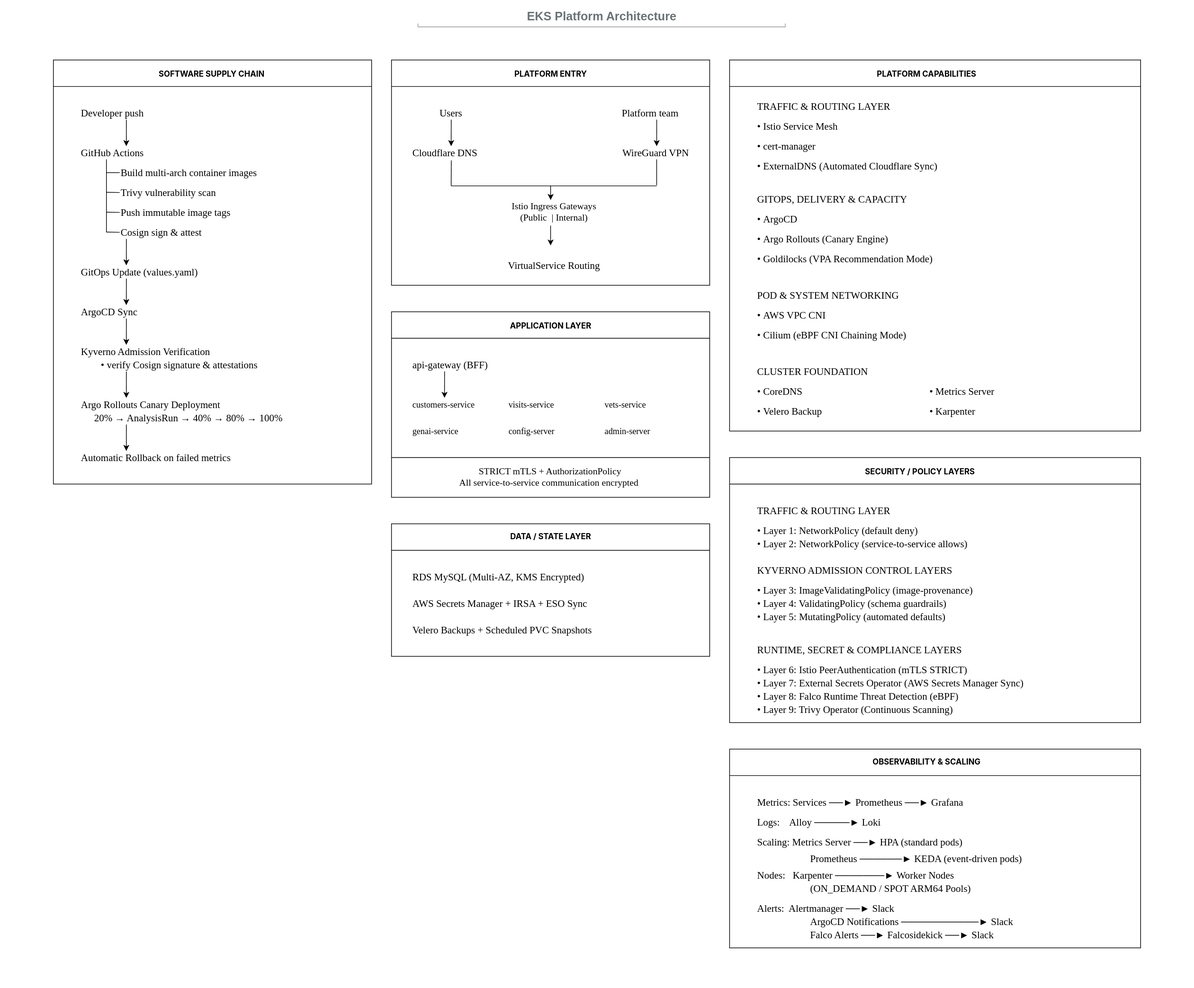
Before: docs/diagrams/eks-platform-architecture.drawio.svg, a diagram exported from draw.io (silasfrancis/eks-platform-petclinic). Source tidied: cells renumbered, new cells last; positions are measured from the earlier drawing's top-left corner, leaving out a move shared by most shapes.
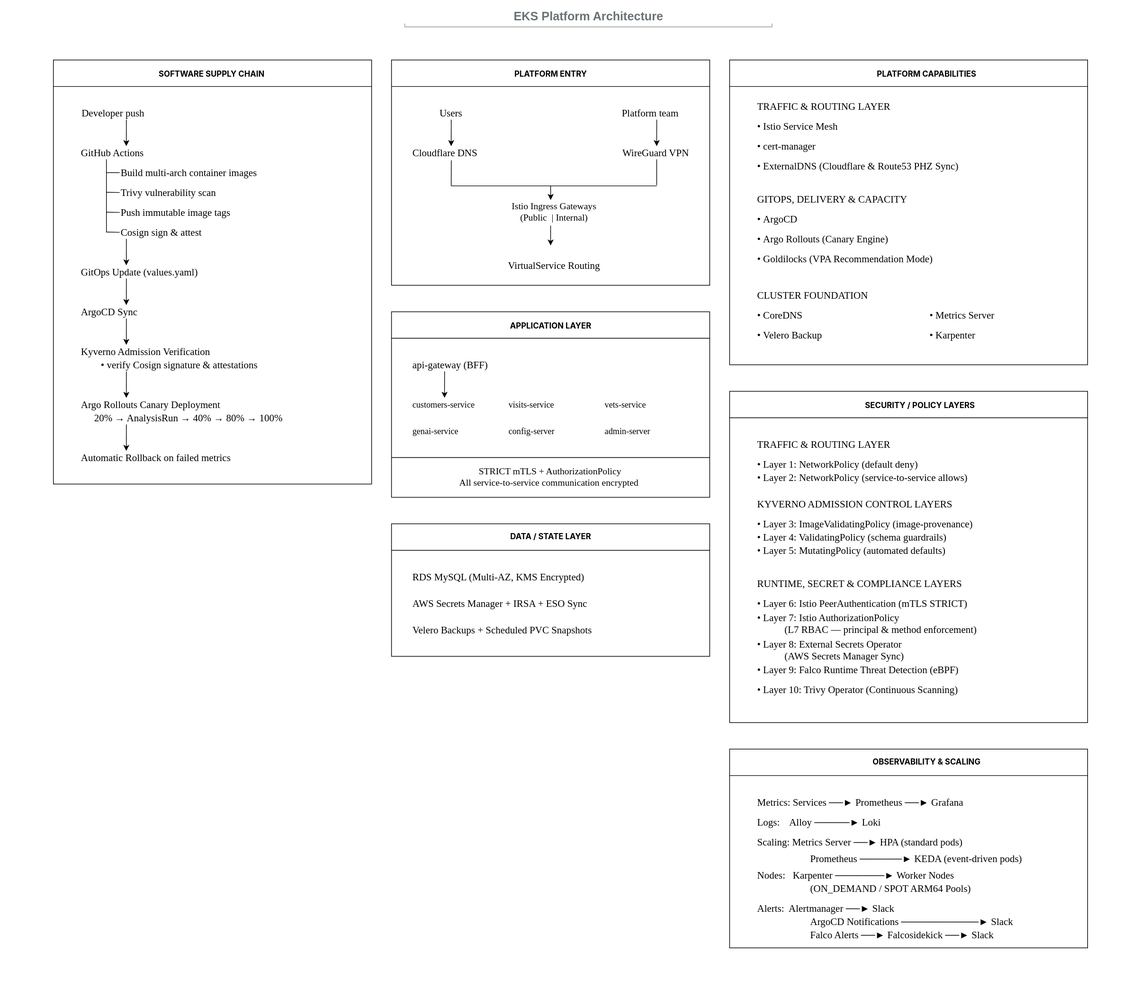
After the change.

The edit, as a diff of the source:
```diff
@@ -51,36 +51,36 @@
       </mxGeometry>
     </mxCell>
     <mxCell id="14" style="rounded=0;whiteSpace=wrap;html=1;fillColor=none;" parent="1" vertex="1">
-      <mxGeometry x="1100" y="680" width="620" height="400" as="geometry" />
+      <mxGeometry x="1100" y="580" width="540" height="500" as="geometry" />
     </mxCell>
     <mxCell id="15" style="rounded=0;whiteSpace=wrap;html=1;fillColor=none;" parent="1" vertex="1">
-      <mxGeometry x="1100" y="80" width="620" height="560" as="geometry" />
+      <mxGeometry x="1100" y="80" width="540" height="460" as="geometry" />
     </mxCell>
     <mxCell id="16" value="PLATFORM CAPABILITIES" style="strokeWidth=1;html=1;shadow=0;dashed=0;shape=mxgraph.android.textfield;align=center;strokeColor=none;fontSize=12;fontFamily=Inter;fontSource=https://fonts.googleapis.com/css?family=Inter;fontStyle=1;" parent="1" vertex="1">
       <mxGeometry x="1310" y="91" width="174" height="22" as="geometry" />
     </mxCell>
     <mxCell id="17" value="SECURITY / POLICY LAYERS" style="strokeWidth=1;html=1;shadow=0;dashed=0;shape=mxgraph.android.textfield;align=center;strokeColor=none;fontSize=12;fontFamily=Inter;fontSource=https://fonts.googleapis.com/css?family=Inter;fontStyle=1;" parent="1" vertex="1">
-      <mxGeometry x="1300" y="691" width="174" height="22" as="geometry" />
+      <mxGeometry x="1300" y="591" width="174" height="22" as="geometry" />
     </mxCell>
     <mxCell id="18" style="rounded=0;whiteSpace=wrap;html=1;fillColor=none;" parent="1" vertex="1">
-      <mxGeometry x="1100" y="1120" width="620" height="300" as="geometry" />
+      <mxGeometry x="1100" y="1120" width="540" height="300" as="geometry" />
     </mxCell>
     <mxCell id="19" value="OBSERVABILITY &amp;amp; SCALING" style="strokeWidth=1;html=1;shadow=0;dashed=0;shape=mxgraph.android.textfield;align=center;strokeColor=none;fontSize=12;fontFamily=Inter;fontSource=https://fonts.googleapis.com/css?family=Inter;fontStyle=1;" parent="1" vertex="1">
       <mxGeometry x="1310" y="1129" width="174" height="22" as="geometry" />
     </mxCell>
     <mxCell id="20" style="endArrow=none;html=1;rounded=0;" parent="1" edge="1">
       <mxGeometry relative="1" as="geometry">
-        <mxPoint x="1100" y="720" as="sourcePoint" />
-        <mxPoint x="1720" y="720" as="targetPoint" />
+        <mxPoint x="1100" y="620" as="sourcePoint" />
+        <mxPoint x="1640" y="620" as="targetPoint" />
       </mxGeometry>
     </mxCell>
+    <mxCell id="116" value="• Layer 10: Trivy Operator (Continuous Scanning)" style="text;html=1;whiteSpace=wrap;strokeColor=none;fillColor=none;align=left;verticalAlign=middle;rounded=0;fontSize=15;fontFamily=JetBrains Mono;fontSource=https://fonts.googleapis.com/css?family=JetBrains+Mono;" parent="1" vertex="1">
+      <mxGeometry x="1140" y="1020" width="470" height="20" as="geometry" />
+    </mxCell>
     <mxCell id="21" value="supply chain" parent="0" />
     <mxCell id="22" value="Automatic Rollback on failed metrics&amp;nbsp;" style="text;html=1;strokeColor=none;fillColor=none;align=left;verticalAlign=middle;rounded=0;fontSize=15;fontFamily=JetBrains Mono;fontSource=https%3A%2F%2Ffonts.googleapis.com%2Fcss%3Ffamily%3DJetBrains%2BMono;" parent="21" vertex="1">
       <mxGeometry x="120" y="670" width="330" height="20" as="geometry" />
     </mxCell>
-    <mxCell id="23" value="Developer push&amp;nbsp;" style="text;html=1;whiteSpace=wrap;strokeColor=none;fillColor=none;align=left;verticalAlign=middle;rounded=0;fontSize=15;fontFamily=JetBrains Mono;fontSource=https%3A%2F%2Ffonts.googleapis.com%2Fcss%3Ffamily%3DJetBrains%2BMono;" parent="21" vertex="1">
-      <mxGeometry x="120" y="150" width="160" height="20" as="geometry" />
-    </mxCell>
     <mxCell id="24" value="GitHub Actions" style="text;html=1;whiteSpace=wrap;strokeColor=none;fillColor=none;align=left;verticalAlign=middle;rounded=0;fontSize=15;fontFamily=JetBrains Mono;fontSource=https%3A%2F%2Ffonts.googleapis.com%2Fcss%3Ffamily%3DJetBrains%2BMono;" parent="21" vertex="1">
       <mxGeometry x="120" y="210" width="160" height="20" as="geometry" />
     </mxCell>
@@ -182,6 +182,9 @@
         <mxPoint x="190" y="670" as="targetPoint" />
       </mxGeometry>
     </mxCell>
+    <mxCell id="23" value="Developer push&amp;nbsp;" style="text;html=1;whiteSpace=wrap;strokeColor=none;fillColor=none;align=left;verticalAlign=middle;rounded=0;fontSize=15;fontFamily=JetBrains Mono;fontSource=https%3A%2F%2Ffonts.googleapis.com%2Fcss%3Ffamily%3DJetBrains%2BMono;" parent="21" vertex="1">
+      <mxGeometry x="121" y="150" width="160" height="20" as="geometry" />
+    </mxCell>
     <mxCell id="46" value="platform entry" parent="0" />
     <mxCell id="47" value="VirtualService Routing" style="text;html=1;strokeColor=none;fillColor=none;align=center;verticalAlign=middle;rounded=0;fontSize=15;fontFamily=JetBrains Mono;fontSource=https://fonts.googleapis.com/css?family=JetBrains+Mono;" parent="46" vertex="1">
       <mxGeometry x="730" y="370" width="210" height="40" as="geometry" />
@@ -303,23 +306,23 @@
     <mxCell id="78" value="•&amp;nbsp;Argo Rollouts (Canary Engine)" style="text;html=1;whiteSpace=wrap;strokeColor=none;fillColor=none;align=left;verticalAlign=middle;rounded=0;fontSize=15;fontFamily=JetBrains Mono;fontSource=https://fonts.googleapis.com/css?family=JetBrains+Mono;" parent="73" vertex="1">
       <mxGeometry x="1140" y="340" width="290" height="20" as="geometry" />
     </mxCell>
-    <mxCell id="79" value="•&amp;nbsp;ExternalDNS (Automated Cloudflare Sync)" style="text;html=1;whiteSpace=wrap;strokeColor=none;fillColor=none;align=left;verticalAlign=middle;rounded=0;fontSize=15;fontFamily=JetBrains Mono;fontSource=https://fonts.googleapis.com/css?family=JetBrains+Mono;" parent="73" vertex="1">
-      <mxGeometry x="1140" y="230" width="380" height="20" as="geometry" />
+    <mxCell id="79" value="•&amp;nbsp;ExternalDNS (Cloudflare &amp;amp; Route53 PHZ Sync)" style="text;html=1;whiteSpace=wrap;strokeColor=none;fillColor=none;align=left;verticalAlign=middle;rounded=0;fontSize=15;fontFamily=JetBrains Mono;fontSource=https://fonts.googleapis.com/css?family=JetBrains+Mono;" parent="73" vertex="1">
+      <mxGeometry x="1140" y="230" width="440" height="20" as="geometry" />
     </mxCell>
     <mxCell id="80" value="CLUSTER FOUNDATION" style="text;html=1;whiteSpace=wrap;strokeColor=none;fillColor=none;align=left;verticalAlign=middle;rounded=0;fontSize=15;fontFamily=JetBrains Mono;fontSource=https://fonts.googleapis.com/css?family=JetBrains+Mono;" parent="73" vertex="1">
-      <mxGeometry x="1140" y="540" width="190" height="20" as="geometry" />
+      <mxGeometry x="1140" y="425" width="190" height="20" as="geometry" />
     </mxCell>
     <mxCell id="81" value="•&amp;nbsp;CoreDNS" style="text;html=1;whiteSpace=wrap;strokeColor=none;fillColor=none;align=left;verticalAlign=middle;rounded=0;fontSize=15;fontFamily=JetBrains Mono;fontSource=https://fonts.googleapis.com/css?family=JetBrains+Mono;" parent="73" vertex="1">
-      <mxGeometry x="1140" y="570" width="110" height="20" as="geometry" />
+      <mxGeometry x="1140" y="455" width="110" height="20" as="geometry" />
     </mxCell>
     <mxCell id="82" value="•&amp;nbsp;Velero Backup" style="text;html=1;whiteSpace=wrap;strokeColor=none;fillColor=none;align=left;verticalAlign=middle;rounded=0;fontSize=15;fontFamily=JetBrains Mono;fontSource=https://fonts.googleapis.com/css?family=JetBrains+Mono;" parent="73" vertex="1">
-      <mxGeometry x="1140" y="600" width="180" height="20" as="geometry" />
+      <mxGeometry x="1140" y="485" width="180" height="20" as="geometry" />
     </mxCell>
     <mxCell id="83" value="•&amp;nbsp;Metrics Server" style="text;html=1;whiteSpace=wrap;strokeColor=none;fillColor=none;align=left;verticalAlign=middle;rounded=0;fontSize=15;fontFamily=JetBrains Mono;fontSource=https://fonts.googleapis.com/css?family=JetBrains+Mono;" parent="73" vertex="1">
-      <mxGeometry x="1400" y="570" width="170" height="20" as="geometry" />
+      <mxGeometry x="1400" y="455" width="170" height="20" as="geometry" />
     </mxCell>
     <mxCell id="84" value="•&amp;nbsp;Karpenter" style="text;html=1;whiteSpace=wrap;strokeColor=none;fillColor=none;align=left;verticalAlign=middle;rounded=0;fontSize=15;fontFamily=JetBrains Mono;fontSource=https://fonts.googleapis.com/css?family=JetBrains+Mono;" parent="73" vertex="1">
-      <mxGeometry x="1400" y="600" width="160" height="20" as="geometry" />
+      <mxGeometry x="1400" y="485" width="160" height="20" as="geometry" />
     </mxCell>
     <mxCell id="85" value="• cert-manager&amp;nbsp;" style="text;html=1;whiteSpace=wrap;strokeColor=none;fillColor=none;align=left;verticalAlign=middle;rounded=0;fontSize=15;fontFamily=JetBrains Mono;fontSource=https://fonts.googleapis.com/css?family=JetBrains+Mono;" parent="73" vertex="1">
       <mxGeometry x="1140" y="200" width="220" height="20" as="geometry" />
@@ -327,61 +330,49 @@
     <mxCell id="86" value="•&amp;nbsp;Goldilocks (VPA Recommendation Mode)" style="text;html=1;whiteSpace=wrap;strokeColor=none;fillColor=none;align=left;verticalAlign=middle;rounded=0;fontSize=15;fontFamily=JetBrains Mono;fontSource=https://fonts.googleapis.com/css?family=JetBrains+Mono;" parent="73" vertex="1">
       <mxGeometry x="1140" y="370" width="370" height="20" as="geometry" />
     </mxCell>
-    <mxCell id="87" value="POD &amp;amp; SYSTEM NETWORKING" style="text;html=1;whiteSpace=wrap;strokeColor=none;fillColor=none;align=left;verticalAlign=middle;rounded=0;fontSize=15;fontFamily=JetBrains Mono;fontSource=https://fonts.googleapis.com/css?family=JetBrains+Mono;" parent="73" vertex="1">
-      <mxGeometry x="1140" y="425" width="310" height="20" as="geometry" />
-    </mxCell>
-    <mxCell id="88" value="•&amp;nbsp;AWS VPC CNI" style="text;html=1;whiteSpace=wrap;strokeColor=none;fillColor=none;align=left;verticalAlign=middle;rounded=0;fontSize=15;fontFamily=JetBrains Mono;fontSource=https://fonts.googleapis.com/css?family=JetBrains+Mono;" parent="73" vertex="1">
-      <mxGeometry x="1140" y="455" width="150" height="20" as="geometry" />
-    </mxCell>
-    <mxCell id="89" value="•&amp;nbsp;Cilium (eBPF CNI Chaining Mode)" style="text;html=1;whiteSpace=wrap;strokeColor=none;fillColor=none;align=left;verticalAlign=middle;rounded=0;fontSize=15;fontFamily=JetBrains Mono;fontSource=https://fonts.googleapis.com/css?family=JetBrains+Mono;" parent="73" vertex="1">
-      <mxGeometry x="1140" y="485" width="320" height="20" as="geometry" />
-    </mxCell>
     <mxCell id="90" value="• Layer 1: NetworkPolicy (default deny)" style="text;html=1;whiteSpace=wrap;strokeColor=none;fillColor=none;align=left;verticalAlign=middle;rounded=0;fontSize=15;fontFamily=JetBrains Mono;fontSource=https://fonts.googleapis.com/css?family=JetBrains+Mono;" parent="73" vertex="1">
-      <mxGeometry x="1140" y="780" width="430" height="20" as="geometry" />
+      <mxGeometry x="1140" y="680" width="430" height="20" as="geometry" />
     </mxCell>
     <mxCell id="91" value="TRAFFIC &amp;amp; ROUTING LAYER" style="text;html=1;whiteSpace=wrap;strokeColor=none;fillColor=none;align=left;verticalAlign=middle;rounded=0;fontSize=15;fontFamily=JetBrains Mono;fontSource=https://fonts.googleapis.com/css?family=JetBrains+Mono;" parent="73" vertex="1">
-      <mxGeometry x="1140" y="750" width="230" height="20" as="geometry" />
+      <mxGeometry x="1140" y="650" width="230" height="20" as="geometry" />
     </mxCell>
     <mxCell id="92" value="• Layer 2: NetworkPolicy (service-to-service allows)" style="text;html=1;whiteSpace=wrap;strokeColor=none;fillColor=none;align=left;verticalAlign=middle;rounded=0;fontSize=15;fontFamily=JetBrains Mono;fontSource=https://fonts.googleapis.com/css?family=JetBrains+Mono;" parent="73" vertex="1">
-      <mxGeometry x="1140" y="800" width="470" height="20" as="geometry" />
+      <mxGeometry x="1140" y="700" width="470" height="20" as="geometry" />
     </mxCell>
     <mxCell id="93" value="• Layer 3: ImageValidatingPolicy (image-provenance)" style="text;html=1;whiteSpace=wrap;strokeColor=none;fillColor=none;align=left;verticalAlign=middle;rounded=0;fontSize=15;fontFamily=JetBrains Mono;fontSource=https://fonts.googleapis.com/css?family=JetBrains+Mono;" parent="73" vertex="1">
-      <mxGeometry x="1140" y="870" width="480" height="20" as="geometry" />
+      <mxGeometry x="1140" y="770" width="480" height="20" as="geometry" />
     </mxCell>
     <mxCell id="94" value="KYVERNO ADMISSION CONTROL LAYERS" style="text;html=1;whiteSpace=wrap;strokeColor=none;fillColor=none;align=left;verticalAlign=middle;rounded=0;fontSize=15;fontFamily=JetBrains Mono;fontSource=https://fonts.googleapis.com/css?family=JetBrains+Mono;" parent="73" vertex="1">
-      <mxGeometry x="1140" y="840" width="320" height="20" as="geometry" />
+      <mxGeometry x="1140" y="740" width="320" height="20" as="geometry" />
     </mxCell>
     <mxCell id="95" value="• Layer 4: ValidatingPolicy (schema guardrails)" style="text;html=1;whiteSpace=wrap;strokeColor=none;fillColor=none;align=left;verticalAlign=middle;rounded=0;fontSize=15;fontFamily=JetBrains Mono;fontSource=https://fonts.googleapis.com/css?family=JetBrains+Mono;" parent="73" vertex="1">
-      <mxGeometry x="1140" y="890" width="470" height="20" as="geometry" />
+      <mxGeometry x="1140" y="790" width="470" height="20" as="geometry" />
     </mxCell>
     <mxCell id="96" value="• Layer 5: MutatingPolicy (automated defaults)" style="text;html=1;whiteSpace=wrap;strokeColor=none;fillColor=none;align=left;verticalAlign=middle;rounded=0;fontSize=15;fontFamily=JetBrains Mono;fontSource=https://fonts.googleapis.com/css?family=JetBrains+Mono;" parent="73" vertex="1">
-      <mxGeometry x="1140" y="910" width="470" height="20" as="geometry" />
+      <mxGeometry x="1140" y="810" width="470" height="20" as="geometry" />
     </mxCell>
     <mxCell id="97" value="• Layer 6: Istio PeerAuthentication (mTLS STRICT)" style="text;html=1;whiteSpace=wrap;strokeColor=none;fillColor=none;align=left;verticalAlign=middle;rounded=0;fontSize=15;fontFamily=JetBrains Mono;fontSource=https://fonts.googleapis.com/css?family=JetBrains+Mono;" parent="73" vertex="1">
-      <mxGeometry x="1140" y="990" width="480" height="20" as="geometry" />
+      <mxGeometry x="1140" y="890" width="480" height="20" as="geometry" />
     </mxCell>
     <mxCell id="98" value="RUNTIME, SECRET &amp;amp; COMPLIANCE LAYERS" style="text;html=1;whiteSpace=wrap;strokeColor=none;fillColor=none;align=left;verticalAlign=middle;rounded=0;fontSize=15;fontFamily=JetBrains Mono;fontSource=https://fonts.googleapis.com/css?family=JetBrains+Mono;" parent="73" vertex="1">
-      <mxGeometry x="1140" y="960" width="320" height="20" as="geometry" />
+      <mxGeometry x="1140" y="860" width="320" height="20" as="geometry" />
     </mxCell>
-    <mxCell id="99" value="• Layer 7: External Secrets Operator (AWS Secrets Manager Sync)" style="text;html=1;whiteSpace=wrap;strokeColor=none;fillColor=none;align=left;verticalAlign=middle;rounded=0;fontSize=15;fontFamily=JetBrains Mono;fontSource=https://fonts.googleapis.com/css?family=JetBrains+Mono;" parent="73" vertex="1">
-      <mxGeometry x="1140" y="1010" width="570" height="20" as="geometry" />
-    </mxCell>
-    <mxCell id="100" value="• Layer 8: Falco Runtime Threat Detection (eBPF)" style="text;html=1;whiteSpace=wrap;strokeColor=none;fillColor=none;align=left;verticalAlign=middle;rounded=0;fontSize=15;fontFamily=JetBrains Mono;fontSource=https://fonts.googleapis.com/css?family=JetBrains+Mono;" parent="73" vertex="1">
-      <mxGeometry x="1140" y="1030" width="470" height="20" as="geometry" />
+    <mxCell id="100" value="• Layer 8: External Secrets Operator&amp;nbsp;&lt;div&gt;&amp;nbsp; &amp;nbsp; &amp;nbsp; &amp;nbsp; &amp;nbsp; &amp;nbsp;(AWS Secrets Manager Sync)&lt;/div&gt;" style="text;html=1;whiteSpace=wrap;strokeColor=none;fillColor=none;align=left;verticalAlign=middle;rounded=0;fontSize=15;fontFamily=JetBrains Mono;fontSource=https://fonts.googleapis.com/css?family=JetBrains+Mono;" parent="73" vertex="1">
+      <mxGeometry x="1140" y="950" width="570" height="40" as="geometry" />
     </mxCell>
-    <mxCell id="101" value="• Layer 9: Trivy Operator (Continuous Scanning)" style="text;html=1;whiteSpace=wrap;strokeColor=none;fillColor=none;align=left;verticalAlign=middle;rounded=0;fontSize=15;fontFamily=JetBrains Mono;fontSource=https://fonts.googleapis.com/css?family=JetBrains+Mono;" parent="73" vertex="1">
-      <mxGeometry x="1140" y="1050" width="470" height="20" as="geometry" />
+    <mxCell id="101" value="• Layer 9: Falco Runtime Threat Detection (eBPF)" style="text;html=1;whiteSpace=wrap;strokeColor=none;fillColor=none;align=left;verticalAlign=middle;rounded=0;fontSize=15;fontFamily=JetBrains Mono;fontSource=https://fonts.googleapis.com/css?family=JetBrains+Mono;" parent="73" vertex="1">
+      <mxGeometry x="1140" y="990" width="470" height="20" as="geometry" />
     </mxCell>
     <mxCell id="102" style="endArrow=none;html=1;rounded=0;" parent="73" edge="1">
       <mxGeometry relative="1" as="geometry">
         <mxPoint x="1100" y="120" as="sourcePoint" />
-        <mxPoint x="1720" y="120" as="targetPoint" />
+        <mxPoint x="1640" y="120" as="targetPoint" />
       </mxGeometry>
     </mxCell>
     <mxCell id="103" style="endArrow=none;html=1;rounded=0;" parent="73" edge="1">
       <mxGeometry relative="1" as="geometry">
         <mxPoint x="1100" y="1160" as="sourcePoint" />
-        <mxPoint x="1720" y="1160" as="targetPoint" />
+        <mxPoint x="1640" y="1160" as="targetPoint" />
       </mxGeometry>
     </mxCell>
     <mxCell id="104" value="Metrics: Services ──► Prometheus ──► Grafana" style="text;html=1;whiteSpace=wrap;strokeColor=none;fillColor=none;align=left;verticalAlign=middle;rounded=0;fontSize=15;fontFamily=JetBrains Mono;fontSource=https://fonts.googleapis.com/css?family=JetBrains+Mono;" parent="73" vertex="1">
@@ -411,12 +402,15 @@
     <mxCell id="112" value="Falco Alerts ──► Falcosidekick ──► Slack" style="text;html=1;whiteSpace=wrap;strokeColor=none;fillColor=none;align=left;verticalAlign=middle;rounded=0;fontSize=15;fontFamily=JetBrains Mono;fontSource=https://fonts.googleapis.com/css?family=JetBrains+Mono;" parent="73" vertex="1">
       <mxGeometry x="1220" y="1390" width="480" height="20" as="geometry" />
     </mxCell>
+    <mxCell id="99" value="• Layer 7: Istio AuthorizationPolicy&amp;nbsp;&lt;div&gt;&amp;nbsp; &amp;nbsp; &amp;nbsp; &amp;nbsp; &amp;nbsp; &amp;nbsp;(L7 RBAC — principal &amp;amp; method enforcement)&lt;/div&gt;" style="text;html=1;whiteSpace=wrap;strokeColor=none;fillColor=none;align=left;verticalAlign=middle;rounded=0;fontSize=15;fontFamily=JetBrains Mono;fontSource=https://fonts.googleapis.com/css?family=JetBrains+Mono;autosizeText=0;" parent="73" vertex="1">
+      <mxGeometry x="1140" y="910" width="540" height="40" as="geometry" />
+    </mxCell>
     <mxCell id="113" value="title" parent="0" />
     <mxCell id="114" value="&lt;h2&gt;EKS Platform Architecture&lt;/h2&gt;" style="strokeWidth=1;html=1;shadow=0;dashed=0;shape=mxgraph.android.textfield;align=center;strokeColor=#999999;fillColor=none;fontColor=light-dark(#6A7377,#E6F6FF);" parent="113" vertex="1">
-      <mxGeometry x="630" width="554" height="30" as="geometry" />
+      <mxGeometry x="610" width="554" height="30" as="geometry" />
     </mxCell>
     <mxCell id="115" style="rounded=0;whiteSpace=wrap;html=1;fillColor=none;opacity=0;" parent="113" vertex="1">
-      <mxGeometry y="50" width="1800" height="1430" as="geometry" />
+      <mxGeometry y="50" width="1720" height="1430" as="geometry" />
     </mxCell>
   </root>
 </mxGraphModel>
```
